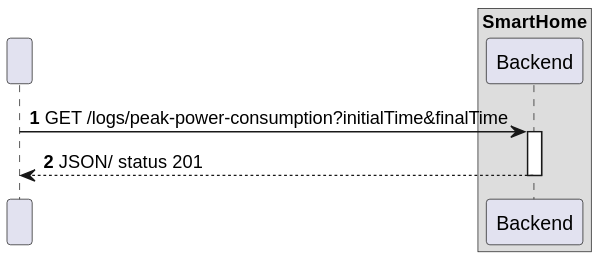
The PlantUML diagram docs/C4_4plus1_models/Level2/ProcessView/ProcessViewLevel2_UC14_v1.svg in moutajDev/smarthome, before a commit. Source of this version:
```plantuml
@startuml
!pragma layout smetana

autonumber


participant " " as HTTP

box "SmartHome"
    participant "Backend" as BE
end box

HTTP -> BE : GET /logs/peak-power-consumption?initialTime&finalTime
activate BE


BE --> HTTP : JSON/ status 201
deactivate BE
@enduml
```
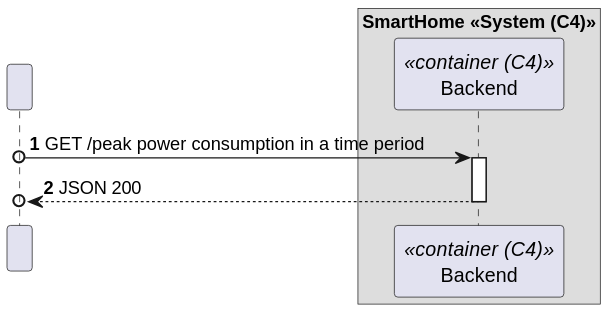
Later version of the same file.

Change to the diagram source:
```diff
@@ -6,14 +6,14 @@
 
 participant " " as HTTP
 
-box "SmartHome"
-    participant "Backend" as BE
+box "SmartHome <<System (C4)>>"
+    participant "Backend" as BE<<container (C4)>>
 end box
 
-HTTP -> BE : GET /logs/peak-power-consumption?initialTime&finalTime
+HTTP o-> BE : GET /peak power consumption in a time period
 activate BE
 
 
-BE --> HTTP : JSON/ status 201
+BE -->o HTTP : JSON 200
 deactivate BE
 @enduml
```
